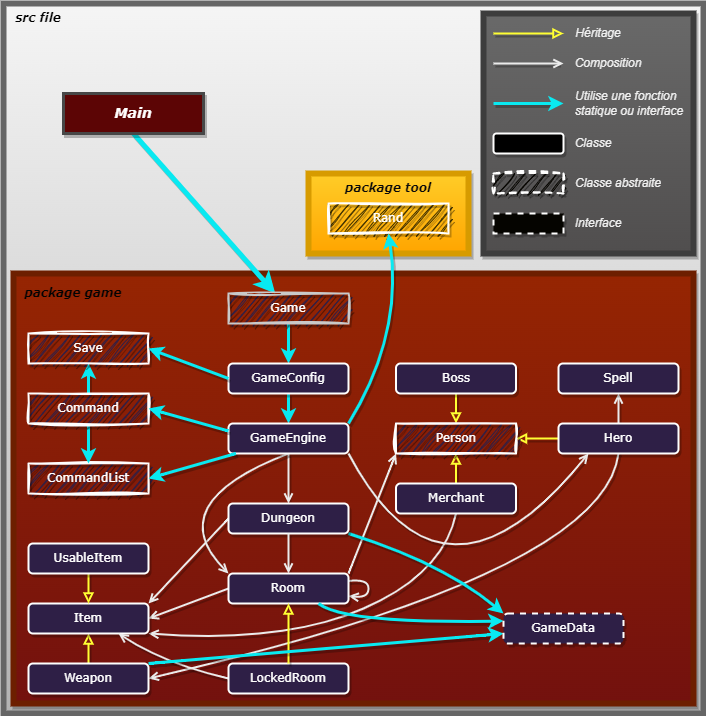
Vivien-Parsis/Jeux-rpg keeps this draw.io diagram as Java_RPG/doc/diagram.drawio.png. Above is the earlier version. Source tidied: cells renumbered, new cells last; positions are measured from the earlier drawing's top-left corner, leaving out a move shared by most shapes.
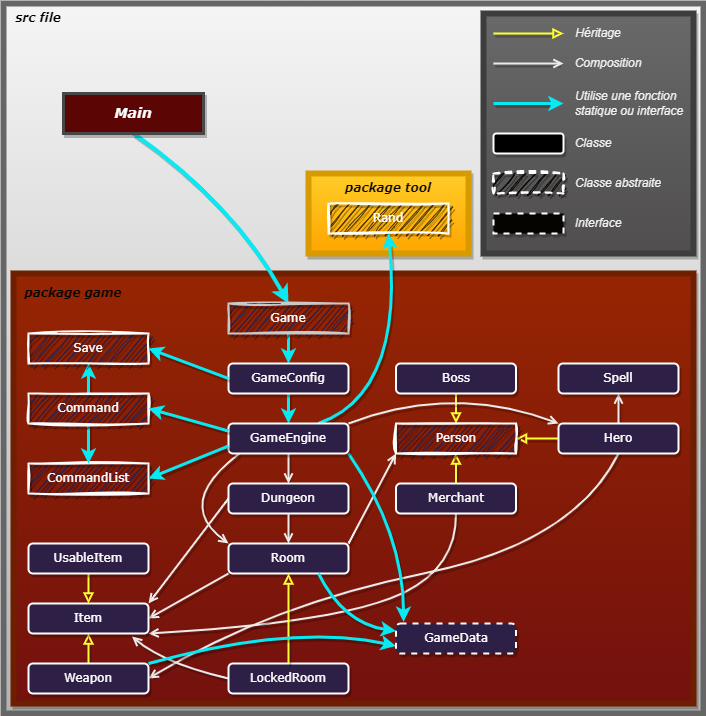
After the commit.

Change to the diagram source:
```diff
@@ -26,8 +26,12 @@
     <mxCell id="9" style="edgeStyle=none;html=1;fontColor=#ffffff;strokeColor=#EBEBEB;strokeWidth=2;entryX=0.5;entryY=0;entryDx=0;entryDy=0;startArrow=none;endArrow=open;endFill=0;shadow=1;" parent="1" edge="1" source="41" target="31">
       <mxGeometry relative="1" as="geometry" />
     </mxCell>
-    <mxCell id="10" style="edgeStyle=none;html=1;strokeColor=#09e9f1;strokeWidth=5;fontColor=#FFFAFA;shadow=1;exitX=0.5;exitY=1;exitDx=0;exitDy=0;" parent="1" edge="1" source="29" target="45">
-      <mxGeometry relative="1" as="geometry" />
+    <mxCell id="10" style="edgeStyle=none;html=1;strokeColor=#09e9f1;strokeWidth=4;fontColor=#FFFAFA;shadow=1;exitX=0.5;exitY=1;exitDx=0;exitDy=0;entryX=0.5;entryY=0;entryDx=0;entryDy=0;curved=1;" parent="1" edge="1" source="29" target="45">
+      <mxGeometry relative="1" as="geometry">
+        <Array as="points">
+          <mxPoint x="230" y="200" />
+        </Array>
+      </mxGeometry>
     </mxCell>
     <mxCell id="11" value="Rand" style="rounded=0;whiteSpace=wrap;html=1;fillStyle=auto;fillColor=#403100;fontFamily=Verdana;fontColor=#ffffff;strokeWidth=2;strokeColor=#ffffff;shadow=1;sketch=1;curveFitting=1;jiggle=2;" parent="1" vertex="1">
       <mxGeometry x="325" y="200" width="120" height="30" as="geometry" />
@@ -47,8 +51,8 @@
     <mxCell id="16" style="edgeStyle=none;html=1;entryX=0.5;entryY=1;entryDx=0;entryDy=0;strokeColor=#EBEBEB;fontColor=#FFFAFA;strokeWidth=2;exitX=1;exitY=1;exitDx=0;exitDy=0;endArrow=none;endFill=0;curved=1;shadow=1;startArrow=open;startFill=0;" parent="1" edge="1" source="38" target="72">
       <mxGeometry relative="1" as="geometry">
         <Array as="points">
-          <mxPoint x="280" y="640" />
-          <mxPoint x="440" y="570" />
+          <mxPoint x="320" y="620" />
+          <mxPoint x="453" y="570" />
         </Array>
       </mxGeometry>
     </mxCell>
@@ -66,10 +70,10 @@
     <mxCell id="20" style="edgeStyle=none;curved=1;html=1;dashed=1;strokeWidth=1;strokeColor=none;dashPattern=1 4;fontColor=#ffffff;shadow=1;" parent="1" edge="1" source="7" target="41">
       <mxGeometry relative="1" as="geometry" />
     </mxCell>
-    <mxCell id="21" style="edgeStyle=none;html=1;entryX=0.5;entryY=1;entryDx=0;entryDy=0;strokeColor=#09e9f1;curved=1;fontColor=#FFFAFA;strokeWidth=3;exitX=1;exitY=0;exitDx=0;exitDy=0;shadow=1;" parent="1" edge="1" source="41" target="11">
+    <mxCell id="21" style="edgeStyle=none;html=1;entryX=0.5;entryY=1;entryDx=0;entryDy=0;strokeColor=#09e9f1;curved=1;fontColor=#FFFAFA;strokeWidth=3;exitX=0.75;exitY=0;exitDx=0;exitDy=0;shadow=1;" parent="1" edge="1" source="41" target="11">
       <mxGeometry relative="1" as="geometry">
         <Array as="points">
-          <mxPoint x="400" y="330" />
+          <mxPoint x="400" y="390" />
         </Array>
       </mxGeometry>
     </mxCell>
@@ -79,45 +83,39 @@
     <mxCell id="23" style="edgeStyle=none;html=1;curved=1;fontColor=#FFFAFA;strokeColor=#EBEBEB;strokeWidth=2;entryX=0;entryY=1;entryDx=0;entryDy=0;exitX=1;exitY=0;exitDx=0;exitDy=0;endArrow=open;endFill=0;shadow=1;" parent="1" edge="1" source="39" target="32">
       <mxGeometry relative="1" as="geometry" />
     </mxCell>
-    <mxCell id="24" style="edgeStyle=none;html=1;curved=1;fontColor=#FFFAFA;strokeColor=#EBEBEB;strokeWidth=2;entryX=0.5;entryY=1;entryDx=0;entryDy=0;exitX=1;exitY=0.5;exitDx=0;exitDy=0;endArrow=none;endFill=0;targetPerimeterSpacing=0;endSize=6;shadow=1;startArrow=open;startFill=0;" parent="1" edge="1" source="37" target="34">
+    <mxCell id="24" style="edgeStyle=none;html=1;curved=1;fontColor=#FFFAFA;strokeColor=#EBEBEB;strokeWidth=2;entryX=0.5;entryY=1;entryDx=0;entryDy=0;endArrow=none;endFill=0;targetPerimeterSpacing=0;endSize=6;shadow=1;startArrow=open;startFill=0;exitX=1;exitY=0.5;exitDx=0;exitDy=0;" parent="1" edge="1" source="37" target="34">
       <mxGeometry relative="1" as="geometry">
         <Array as="points">
-          <mxPoint x="600" y="570" />
+          <mxPoint x="270" y="600" />
+          <mxPoint x="570" y="540" />
         </Array>
       </mxGeometry>
     </mxCell>
-    <mxCell id="25" style="edgeStyle=none;curved=1;html=1;entryX=0;entryY=0;entryDx=0;entryDy=0;fontColor=#FFFAFA;strokeColor=#EBEBEB;strokeWidth=2;endArrow=open;endFill=0;shadow=1;exitX=0.5;exitY=1;exitDx=0;exitDy=0;" parent="1" edge="1" source="41" target="39">
+    <mxCell id="25" style="edgeStyle=none;curved=1;html=1;entryX=0;entryY=0;entryDx=0;entryDy=0;fontColor=#FFFAFA;strokeColor=#EBEBEB;strokeWidth=2;endArrow=open;endFill=0;shadow=1;exitX=0.089;exitY=1.009;exitDx=0;exitDy=0;exitPerimeter=0;" parent="1" edge="1" source="41" target="39">
       <mxGeometry relative="1" as="geometry">
         <Array as="points">
-          <mxPoint x="155" y="500" />
+          <mxPoint x="170" y="500" />
         </Array>
       </mxGeometry>
     </mxCell>
-    <mxCell id="26" style="edgeStyle=none;html=1;entryX=0;entryY=0.5;entryDx=0;entryDy=0;fontColor=#FFFAFA;strokeColor=#EBEBEB;strokeWidth=2;exitX=1;exitY=0.5;exitDx=0;exitDy=0;endArrow=none;endFill=0;shadow=1;startArrow=open;startFill=0;" parent="1" edge="1" source="38" target="39">
+    <mxCell id="26" style="edgeStyle=none;html=1;entryX=0;entryY=1;entryDx=0;entryDy=0;fontColor=#FFFAFA;strokeColor=#EBEBEB;strokeWidth=2;exitX=1;exitY=0.5;exitDx=0;exitDy=0;endArrow=none;endFill=0;shadow=1;startArrow=open;startFill=0;" parent="1" edge="1" source="38" target="39">
       <mxGeometry relative="1" as="geometry" />
     </mxCell>
     <mxCell id="27" style="edgeStyle=none;html=1;entryX=0.5;entryY=0;entryDx=0;entryDy=0;strokeColor=#09e9f1;fontColor=#FFFAFA;strokeWidth=3;shadow=1;exitX=0.5;exitY=1;exitDx=0;exitDy=0;" parent="1" edge="1" source="42" target="41">
       <mxGeometry relative="1" as="geometry" />
     </mxCell>
-    <mxCell id="28" style="edgeStyle=none;html=1;endArrow=open;strokeColor=#EBEBEB;fontColor=#FFFAFA;strokeWidth=2;endFill=0;curved=1;entryX=1;entryY=0.75;entryDx=0;entryDy=0;shadow=1;" parent="1" edge="1" source="39" target="39">
-      <mxGeometry relative="1" as="geometry">
-        <Array as="points">
-          <mxPoint x="365" y="580" />
-        </Array>
-      </mxGeometry>
-    </mxCell>
     <mxCell id="29" value="&lt;font style=&quot;font-size: 14px;&quot;&gt;&lt;i&gt;Main&lt;/i&gt;&lt;/font&gt;" style="rounded=0;whiteSpace=wrap;html=1;fontFamily=Verdana;fillColor=#5C0505;fontStyle=1;fontColor=#ffffff;strokeColor=#474747;fillStyle=auto;strokeWidth=3;shadow=1;" parent="1" vertex="1">
       <mxGeometry x="60" y="90" width="140" height="40" as="geometry" />
     </mxCell>
-    <mxCell id="30" style="edgeStyle=none;html=1;entryX=0;entryY=0;entryDx=0;entryDy=0;endArrow=classic;strokeColor=#09e9f1;fontColor=#FFFAFA;strokeWidth=3;endFill=1;shadow=1;startArrow=none;startFill=0;curved=1;exitX=1;exitY=1;exitDx=0;exitDy=0;" parent="1" edge="1" source="31" target="67">
+    <mxCell id="30" style="edgeStyle=none;html=1;entryX=0.063;entryY=-0.058;entryDx=0;entryDy=0;endArrow=classic;strokeColor=#09e9f1;fontColor=#FFFAFA;strokeWidth=3;endFill=1;shadow=1;startArrow=none;startFill=0;curved=1;exitX=1;exitY=1;exitDx=0;exitDy=0;entryPerimeter=0;" parent="1" edge="1" source="41" target="67">
       <mxGeometry relative="1" as="geometry">
         <Array as="points">
-          <mxPoint x="440" y="560" />
+          <mxPoint x="400" y="530" />
         </Array>
       </mxGeometry>
     </mxCell>
     <mxCell id="31" value="Dungeon" style="rounded=1;whiteSpace=wrap;html=1;fillStyle=auto;fillColor=#2E1F46;fontFamily=Verdana;fontColor=#ffffff;strokeColor=#ffffff;strokeWidth=2;shadow=1;" parent="1" vertex="1">
-      <mxGeometry x="225" y="500" width="120" height="30" as="geometry" />
+      <mxGeometry x="225" y="480" width="120" height="30" as="geometry" />
     </mxCell>
     <mxCell id="32" value="Person" style="rounded=0;whiteSpace=wrap;html=1;fillStyle=auto;fillColor=#2E1F46;fontFamily=Verdana;fontColor=#ffffff;strokeColor=#ffffff;strokeWidth=2;shadow=1;sketch=1;curveFitting=1;jiggle=2;" parent="1" vertex="1">
       <mxGeometry x="392.5" y="420" width="120" height="30" as="geometry" />
@@ -141,7 +139,7 @@
       <mxGeometry x="25" y="600" width="120" height="30" as="geometry" />
     </mxCell>
     <mxCell id="39" value="Room" style="rounded=1;whiteSpace=wrap;html=1;fillStyle=auto;fillColor=#2E1F46;fontFamily=Verdana;fontColor=#ffffff;strokeColor=#ffffff;strokeWidth=2;shadow=1;" parent="1" vertex="1">
-      <mxGeometry x="225" y="570" width="120" height="30" as="geometry" />
+      <mxGeometry x="225" y="540" width="120" height="30" as="geometry" />
     </mxCell>
     <mxCell id="40" style="edgeStyle=none;html=1;fontColor=#ffffff;strokeColor=#EBEBEB;strokeWidth=2;endArrow=open;endFill=0;entryX=0.5;entryY=0;entryDx=0;entryDy=0;shadow=1;" parent="1" edge="1" source="31" target="39">
       <mxGeometry relative="1" as="geometry" />
@@ -159,9 +157,9 @@
       <mxGeometry x="25" y="390" width="120" height="30" as="geometry" />
     </mxCell>
     <mxCell id="45" value="Game" style="rounded=0;whiteSpace=wrap;html=1;fillStyle=auto;fillColor=#2E1F46;fontFamily=Verdana;fontColor=#ffffff;strokeColor=#C9C9C9;strokeWidth=2;shadow=1;glass=0;sketch=1;curveFitting=1;jiggle=2;" parent="1" vertex="1">
-      <mxGeometry x="225" y="290" width="120" height="30" as="geometry" />
+      <mxGeometry x="225" y="300" width="120" height="30" as="geometry" />
     </mxCell>
-    <mxCell id="46" style="edgeStyle=none;html=1;entryX=0.75;entryY=1;entryDx=0;entryDy=0;endArrow=open;strokeColor=#EBEBEB;fontColor=#FFFAFA;strokeWidth=2;endFill=0;shadow=1;curved=1;exitX=0;exitY=0.5;exitDx=0;exitDy=0;" parent="1" edge="1" source="47" target="38">
+    <mxCell id="46" style="edgeStyle=none;html=1;entryX=0.863;entryY=1.1;entryDx=0;entryDy=0;endArrow=open;strokeColor=#EBEBEB;fontColor=#FFFAFA;strokeWidth=2;endFill=0;shadow=1;curved=1;exitX=0;exitY=0.5;exitDx=0;exitDy=0;entryPerimeter=0;" parent="1" edge="1" source="47" target="38">
       <mxGeometry relative="1" as="geometry">
         <Array as="points">
           <mxPoint x="160" y="660" />
@@ -183,7 +181,7 @@
     <mxCell id="51" value="Save" style="rounded=0;whiteSpace=wrap;html=1;fillStyle=auto;fillColor=#2E1F46;fontFamily=Verdana;fontColor=#ffffff;strokeWidth=2;strokeColor=#ffffff;shadow=1;sketch=1;curveFitting=1;jiggle=2;" parent="1" vertex="1">
       <mxGeometry x="25" y="330" width="120" height="30" as="geometry" />
     </mxCell>
-    <mxCell id="52" style="edgeStyle=none;curved=1;html=1;strokeWidth=3;fontColor=#FFFAFA;strokeColor=#09e9f1;entryX=1;entryY=0.5;entryDx=0;entryDy=0;shadow=1;" parent="1" edge="1" source="41" target="7">
+    <mxCell id="52" style="edgeStyle=none;curved=1;html=1;strokeWidth=3;fontColor=#FFFAFA;strokeColor=#09e9f1;entryX=1;entryY=0.5;entryDx=0;entryDy=0;shadow=1;exitX=0;exitY=0.75;exitDx=0;exitDy=0;" parent="1" edge="1" source="41" target="7">
       <mxGeometry relative="1" as="geometry" />
     </mxCell>
     <mxCell id="53" style="edgeStyle=none;html=1;entryX=1;entryY=0.5;entryDx=0;entryDy=0;fontFamily=Helvetica;exitX=0;exitY=0.25;exitDx=0;exitDy=0;curved=1;fontColor=#FFFAFA;strokeColor=#09e9f1;strokeWidth=3;shadow=1;" parent="1" edge="1" source="41" target="44">
@@ -238,11 +236,15 @@
         </Array>
       </mxGeometry>
     </mxCell>
-    <mxCell id="66" style="edgeStyle=none;html=1;entryX=1;entryY=0;entryDx=0;entryDy=0;startArrow=classic;startFill=1;endArrow=none;endFill=0;curved=1;strokeColor=#09e9f1;fontColor=#FFFAFA;strokeWidth=3;shadow=1;" parent="1" edge="1" source="67" target="37">
-      <mxGeometry relative="1" as="geometry" />
+    <mxCell id="66" style="edgeStyle=none;html=1;entryX=1;entryY=0;entryDx=0;entryDy=0;startArrow=classic;startFill=1;endArrow=none;endFill=0;curved=1;strokeColor=#09e9f1;fontColor=#FFFAFA;strokeWidth=3;shadow=1;exitX=0;exitY=0.75;exitDx=0;exitDy=0;" parent="1" edge="1" source="67" target="37">
+      <mxGeometry relative="1" as="geometry">
+        <Array as="points">
+          <mxPoint x="290" y="620" />
+        </Array>
+      </mxGeometry>
     </mxCell>
     <mxCell id="67" value="GameData" style="rounded=1;whiteSpace=wrap;html=1;fillStyle=auto;fillColor=#2E1F46;fontFamily=Verdana;fontColor=#ffffff;strokeWidth=2;strokeColor=#ffffff;shadow=1;dashed=1;" parent="1" vertex="1">
-      <mxGeometry x="500" y="610" width="120" height="30" as="geometry" />
+      <mxGeometry x="392.5" y="620" width="120" height="30" as="geometry" />
     </mxCell>
     <mxCell id="68" value="Interface" style="text;html=1;strokeColor=none;fillColor=none;align=center;verticalAlign=middle;whiteSpace=wrap;rounded=0;fontSize=12;fontStyle=2;fontColor=#F0F0F0;rotation=0;shadow=1;" parent="1" vertex="1">
       <mxGeometry x="570" y="210" width="50" height="20" as="geometry" />
@@ -253,11 +255,10 @@
     <mxCell id="70" style="rounded=0;whiteSpace=wrap;html=1;dashed=1;fillStyle=auto;fillColor=#050400;fontFamily=Verdana;fontColor=#ffffff;strokeColor=#ffffff;strokeWidth=2;shadow=1;sketch=1;curveFitting=1;jiggle=2;" parent="1" vertex="1">
       <mxGeometry x="490" y="170" width="70" height="20" as="geometry" />
     </mxCell>
-    <mxCell id="71" style="edgeStyle=none;html=1;entryX=0.25;entryY=1;entryDx=0;entryDy=0;curved=1;fontColor=#FFFAFA;strokeColor=#EBEBEB;strokeWidth=2;exitX=1;exitY=1;exitDx=0;exitDy=0;endArrow=open;endFill=0;shadow=1;startArrow=none;startFill=0;" parent="1" edge="1" target="34">
+    <mxCell id="71" style="edgeStyle=none;html=1;curved=1;fontColor=#FFFAFA;strokeColor=#EBEBEB;strokeWidth=2;endArrow=open;endFill=0;shadow=1;startArrow=none;startFill=0;entryX=0;entryY=0;entryDx=0;entryDy=0;exitX=1;exitY=0;exitDx=0;exitDy=0;" parent="1" edge="1" source="41" target="34">
       <mxGeometry relative="1" as="geometry">
-        <mxPoint x="345" y="450" as="sourcePoint" />
         <Array as="points">
-          <mxPoint x="440" y="630" />
+          <mxPoint x="450" y="380" />
         </Array>
       </mxGeometry>
     </mxCell>
```
